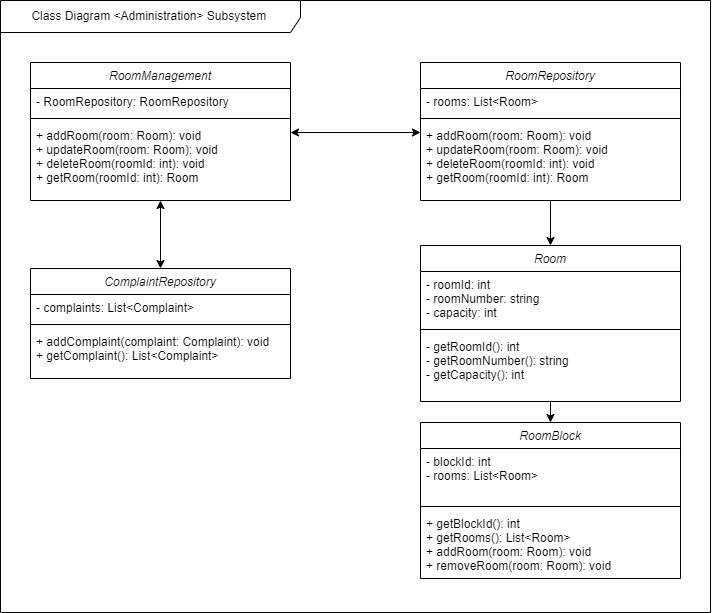
Above: project/documentation/sdd/sec02/alpha/classdiagram3.png in drshahizan/software-engineering (draw.io), before the change. Source tidied: cells renumbered, new cells last; positions are measured from the earlier drawing's top-left corner, leaving out a move shared by most shapes.
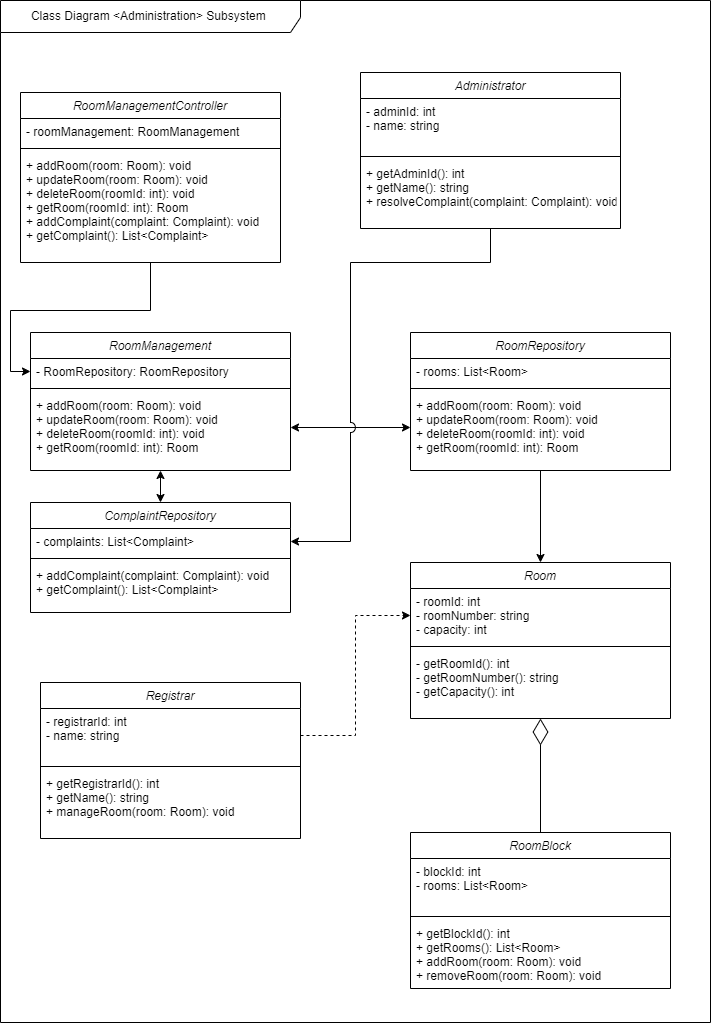
The same file after the commit.

Diff of the diagram source:
```diff
@@ -3,7 +3,7 @@
     <mxCell id="0" />
     <mxCell id="1" parent="0" />
     <mxCell id="2" value="RoomManagement" style="swimlane;fontStyle=2;align=center;verticalAlign=top;horizontal=1;startSize=26;rounded=0;shadow=0;strokeWidth=1;" parent="1" vertex="1">
-      <mxGeometry x="30" y="62" width="260" height="138" as="geometry" />
+      <mxGeometry x="30" y="332" width="260" height="138" as="geometry" />
     </mxCell>
     <mxCell id="3" value="- RoomRepository: RoomRepository " style="text;align=left;verticalAlign=top;spacingLeft=4;spacingRight=4;overflow=hidden;points=[[0,0.5],[1,0.5]];portConstraint=eastwest;" parent="2" vertex="1">
       <mxGeometry y="26" width="260" height="26" as="geometry" />
@@ -14,8 +14,20 @@
     <mxCell id="5" value="+ addRoom(room: Room): void&#10;+ updateRoom(room: Room): void&#10;+ deleteRoom(roomId: int): void&#10;+ getRoom(roomId: int): Room" style="text;align=left;verticalAlign=top;spacingLeft=4;spacingRight=4;overflow=hidden;points=[[0,0.5],[1,0.5]];portConstraint=eastwest;" parent="2" vertex="1">
       <mxGeometry y="60" width="260" height="70" as="geometry" />
     </mxCell>
+    <mxCell id="10" value="ComplaintRepository" style="swimlane;fontStyle=2;align=center;verticalAlign=top;horizontal=1;startSize=26;rounded=0;shadow=0;strokeWidth=1;" parent="1" vertex="1">
+      <mxGeometry x="30" y="502" width="260" height="110" as="geometry" />
+    </mxCell>
+    <mxCell id="11" value="- complaints: List&lt;Complaint&gt; " style="text;align=left;verticalAlign=top;spacingLeft=4;spacingRight=4;overflow=hidden;points=[[0,0.5],[1,0.5]];portConstraint=eastwest;" parent="10" vertex="1">
+      <mxGeometry y="26" width="260" height="26" as="geometry" />
+    </mxCell>
+    <mxCell id="12" style="line;html=1;strokeWidth=1;align=left;verticalAlign=middle;spacingTop=-1;spacingLeft=3;spacingRight=3;labelPosition=right;" parent="10" vertex="1">
+      <mxGeometry y="52" width="260" height="8" as="geometry" />
+    </mxCell>
+    <mxCell id="13" value="+ addComplaint(complaint: Complaint): void&#10;+ getComplaint(): List&lt;Complaint&gt;&#10;" style="text;align=left;verticalAlign=top;spacingLeft=4;spacingRight=4;overflow=hidden;" parent="10" vertex="1">
+      <mxGeometry y="60" width="260" height="50" as="geometry" />
+    </mxCell>
     <mxCell id="6" value="RoomRepository" style="swimlane;fontStyle=2;align=center;verticalAlign=top;horizontal=1;startSize=26;rounded=0;shadow=0;strokeWidth=1;" parent="1" vertex="1">
-      <mxGeometry x="420" y="62" width="260" height="138" as="geometry" />
+      <mxGeometry x="410" y="332" width="260" height="138" as="geometry" />
     </mxCell>
     <mxCell id="7" value="- rooms: List&lt;Room&gt; " style="text;align=left;verticalAlign=top;spacingLeft=4;spacingRight=4;overflow=hidden;" parent="6" vertex="1">
       <mxGeometry y="26" width="260" height="26" as="geometry" />
@@ -26,20 +38,8 @@
     <mxCell id="9" value="+ addRoom(room: Room): void&#10;+ updateRoom(room: Room): void&#10;+ deleteRoom(roomId: int): void&#10;+ getRoom(roomId: int): Room" style="text;align=left;verticalAlign=top;spacingLeft=4;spacingRight=4;overflow=hidden;points=[[0,0.5],[1,0.5]];portConstraint=eastwest;" parent="6" vertex="1">
       <mxGeometry y="60" width="260" height="70" as="geometry" />
     </mxCell>
-    <mxCell id="10" value="ComplaintRepository" style="swimlane;fontStyle=2;align=center;verticalAlign=top;horizontal=1;startSize=26;rounded=0;shadow=0;strokeWidth=1;" parent="1" vertex="1">
-      <mxGeometry x="30" y="268" width="260" height="110" as="geometry" />
-    </mxCell>
-    <mxCell id="11" value="- complaints: List&lt;Complaint&gt; " style="text;align=left;verticalAlign=top;spacingLeft=4;spacingRight=4;overflow=hidden;points=[[0,0.5],[1,0.5]];portConstraint=eastwest;" parent="10" vertex="1">
-      <mxGeometry y="26" width="260" height="26" as="geometry" />
-    </mxCell>
-    <mxCell id="12" style="line;html=1;strokeWidth=1;align=left;verticalAlign=middle;spacingTop=-1;spacingLeft=3;spacingRight=3;labelPosition=right;" parent="10" vertex="1">
-      <mxGeometry y="52" width="260" height="8" as="geometry" />
-    </mxCell>
-    <mxCell id="13" value="+ addComplaint(complaint: Complaint): void&#10;+ getComplaint(): List&lt;Complaint&gt;&#10;" style="text;align=left;verticalAlign=top;spacingLeft=4;spacingRight=4;overflow=hidden;" parent="10" vertex="1">
-      <mxGeometry y="60" width="260" height="50" as="geometry" />
-    </mxCell>
     <mxCell id="14" value="Room" style="swimlane;fontStyle=2;align=center;verticalAlign=top;horizontal=1;startSize=26;rounded=0;shadow=0;strokeWidth=1;" parent="1" vertex="1">
-      <mxGeometry x="420" y="245" width="260" height="156" as="geometry" />
+      <mxGeometry x="410" y="562" width="260" height="156" as="geometry" />
     </mxCell>
     <mxCell id="15" value="- roomId: int&#10;- roomNumber: string&#10;- capacity: int" style="text;align=left;verticalAlign=top;spacingLeft=4;spacingRight=4;overflow=hidden;points=[[0,0.5],[1,0.5]];portConstraint=eastwest;" parent="14" vertex="1">
       <mxGeometry y="26" width="260" height="54" as="geometry" />
@@ -51,7 +51,7 @@
       <mxGeometry y="88" width="260" height="58" as="geometry" />
     </mxCell>
     <mxCell id="18" value="RoomBlock" style="swimlane;fontStyle=2;align=center;verticalAlign=top;horizontal=1;startSize=26;rounded=0;shadow=0;strokeWidth=1;" parent="1" vertex="1">
-      <mxGeometry x="420" y="422" width="260" height="156" as="geometry" />
+      <mxGeometry x="410" y="832" width="260" height="156" as="geometry" />
     </mxCell>
     <mxCell id="19" value="- blockId: int&#10;- rooms: List&lt;Room&gt;" style="text;align=left;verticalAlign=top;spacingLeft=4;spacingRight=4;overflow=hidden;" parent="18" vertex="1">
       <mxGeometry y="26" width="260" height="54" as="geometry" />
@@ -62,23 +62,71 @@
     <mxCell id="21" value="+ getBlockId(): int&#10;+ getRooms(): List&lt;Room&gt;&#10;+ addRoom(room: Room): void&#10;+ removeRoom(room: Room): void" style="text;align=left;verticalAlign=top;spacingLeft=4;spacingRight=4;overflow=hidden;" parent="18" vertex="1">
       <mxGeometry y="88" width="260" height="62" as="geometry" />
     </mxCell>
-    <mxCell id="22" style="endArrow=classic;html=1;rounded=0;exitX=0.5;exitY=1;exitDx=0;exitDy=0;entryX=0.5;entryY=0;entryDx=0;entryDy=0;" parent="1" edge="1" source="14" target="18">
-      <mxGeometry relative="1" as="geometry" />
-    </mxCell>
     <mxCell id="23" style="endArrow=classic;html=1;rounded=0;entryX=0.5;entryY=0;entryDx=0;entryDy=0;exitX=0.5;exitY=1;exitDx=0;exitDy=0;" parent="1" edge="1" source="6" target="14">
       <mxGeometry relative="1" as="geometry" />
     </mxCell>
     <mxCell id="24" style="endArrow=classic;startArrow=classic;html=1;rounded=0;exitX=0.5;exitY=0;exitDx=0;exitDy=0;entryX=0.5;entryY=1;entryDx=0;entryDy=0;" parent="1" edge="1" source="10" target="2">
       <mxGeometry relative="1" as="geometry" />
     </mxCell>
-    <mxCell id="25" style="endArrow=classic;startArrow=classic;html=1;rounded=0;" parent="1" edge="1">
-      <mxGeometry relative="1" as="geometry">
-        <mxPoint x="290" y="132" as="sourcePoint" />
-        <mxPoint x="420" y="132" as="targetPoint" />
-      </mxGeometry>
+    <mxCell id="25" style="endArrow=classic;startArrow=classic;html=1;rounded=0;exitX=1;exitY=0.5;exitDx=0;exitDy=0;entryX=0;entryY=0.5;entryDx=0;entryDy=0;" parent="1" edge="1" source="5" target="9">
+      <mxGeometry relative="1" as="geometry" />
     </mxCell>
     <mxCell id="26" value="Class Diagram &amp;lt;Administration&amp;gt; Subsystem&amp;nbsp;" style="shape=umlFrame;whiteSpace=wrap;html=1;width=300;height=32;" parent="1" vertex="1">
-      <mxGeometry width="710" height="612" as="geometry" />
+      <mxGeometry width="710" height="1022" as="geometry" />
     </mxCell>
+    <mxCell id="27" style="edgeStyle=orthogonalEdgeStyle;rounded=0;jettySize=auto;html=1;" parent="1" edge="1" source="28" target="3">
+      <mxGeometry relative="1" as="geometry" />
+    </mxCell>
+    <mxCell id="28" value="RoomManagementController" style="swimlane;fontStyle=2;align=center;verticalAlign=top;horizontal=1;startSize=26;rounded=0;shadow=0;strokeWidth=1;" parent="1" vertex="1">
+      <mxGeometry x="20" y="92" width="260" height="170" as="geometry" />
+    </mxCell>
+    <mxCell id="29" value="- roomManagement: RoomManagement " style="text;align=left;verticalAlign=top;spacingLeft=4;spacingRight=4;overflow=hidden;" parent="28" vertex="1">
+      <mxGeometry y="26" width="260" height="26" as="geometry" />
+    </mxCell>
+    <mxCell id="30" style="line;html=1;strokeWidth=1;align=left;verticalAlign=middle;spacingTop=-1;spacingLeft=3;spacingRight=3;labelPosition=right;" parent="28" vertex="1">
+      <mxGeometry y="52" width="260" height="8" as="geometry" />
+    </mxCell>
+    <mxCell id="31" value="+ addRoom(room: Room): void&#10;+ updateRoom(room: Room): void&#10;+ deleteRoom(roomId: int): void&#10;+ getRoom(roomId: int): Room&#10;+ addComplaint(complaint: Complaint): void&#10;+ getComplaint(): List&lt;Complaint&gt;&#10;" style="text;align=left;verticalAlign=top;spacingLeft=4;spacingRight=4;overflow=hidden;" parent="28" vertex="1">
+      <mxGeometry y="60" width="260" height="110" as="geometry" />
+    </mxCell>
+    <mxCell id="32" value="Administrator" style="swimlane;fontStyle=2;align=center;verticalAlign=top;horizontal=1;startSize=26;rounded=0;shadow=0;strokeWidth=1;" parent="1" vertex="1">
+      <mxGeometry x="360" y="72" width="260" height="156" as="geometry" />
+    </mxCell>
+    <mxCell id="33" value="- adminId: int&#10;- name: string" style="text;align=left;verticalAlign=top;spacingLeft=4;spacingRight=4;overflow=hidden;" parent="32" vertex="1">
+      <mxGeometry y="26" width="260" height="54" as="geometry" />
+    </mxCell>
+    <mxCell id="34" style="line;html=1;strokeWidth=1;align=left;verticalAlign=middle;spacingTop=-1;spacingLeft=3;spacingRight=3;labelPosition=right;" parent="32" vertex="1">
+      <mxGeometry y="80" width="260" height="8" as="geometry" />
+    </mxCell>
+    <mxCell id="35" value="+ getAdminId(): int&#10;+ getName(): string&#10;+ resolveComplaint(complaint: Complaint): void&#10;" style="text;align=left;verticalAlign=top;spacingLeft=4;spacingRight=4;overflow=hidden;" parent="32" vertex="1">
+      <mxGeometry y="88" width="260" height="62" as="geometry" />
+    </mxCell>
+    <mxCell id="36" value="Registrar" style="swimlane;fontStyle=2;align=center;verticalAlign=top;horizontal=1;startSize=26;rounded=0;shadow=0;strokeWidth=1;" parent="1" vertex="1">
+      <mxGeometry x="40" y="682" width="260" height="156" as="geometry" />
+    </mxCell>
+    <mxCell id="37" value="- registrarId: int&#10;- name: string" style="text;align=left;verticalAlign=top;spacingLeft=4;spacingRight=4;overflow=hidden;points=[[0,0.5],[1,0.5]];portConstraint=eastwest;" parent="36" vertex="1">
+      <mxGeometry y="26" width="260" height="54" as="geometry" />
+    </mxCell>
+    <mxCell id="38" style="line;html=1;strokeWidth=1;align=left;verticalAlign=middle;spacingTop=-1;spacingLeft=3;spacingRight=3;labelPosition=right;" parent="36" vertex="1">
+      <mxGeometry y="80" width="260" height="8" as="geometry" />
+    </mxCell>
+    <mxCell id="39" value="+ getRegistrarId(): int&#10;+ getName(): string&#10;+ manageRoom(room: Room): void" style="text;align=left;verticalAlign=top;spacingLeft=4;spacingRight=4;overflow=hidden;" parent="36" vertex="1">
+      <mxGeometry y="88" width="260" height="62" as="geometry" />
+    </mxCell>
+    <mxCell id="40" style="edgeStyle=orthogonalEdgeStyle;rounded=0;jettySize=auto;html=1;dashed=1;" parent="1" edge="1" source="37" target="15">
+      <mxGeometry relative="1" as="geometry" />
+    </mxCell>
+    <mxCell id="41" style="endArrow=diamondThin;endFill=0;endSize=24;html=1;rounded=0;exitX=0.5;exitY=0;exitDx=0;exitDy=0;entryX=0.5;entryY=1;entryDx=0;entryDy=0;" parent="1" edge="1" source="18" target="14">
+      <mxGeometry relative="1" as="geometry" />
+    </mxCell>
+    <mxCell id="42" style="endArrow=classic;html=1;rounded=0;exitX=0.5;exitY=1;exitDx=0;exitDy=0;entryX=1;entryY=0.5;entryDx=0;entryDy=0;edgeStyle=orthogonalEdgeStyle;jumpStyle=arc;jumpSize=10;" parent="1" edge="1" source="32" target="11">
+      <mxGeometry relative="1" as="geometry">
+        <Array as="points">
+          <mxPoint x="490" y="262" />
+          <mxPoint x="350" y="262" />
+          <mxPoint x="350" y="541" />
+        </Array>
+      </mxGeometry>
+    </mxCell>
   </root>
 </mxGraphModel>
```
